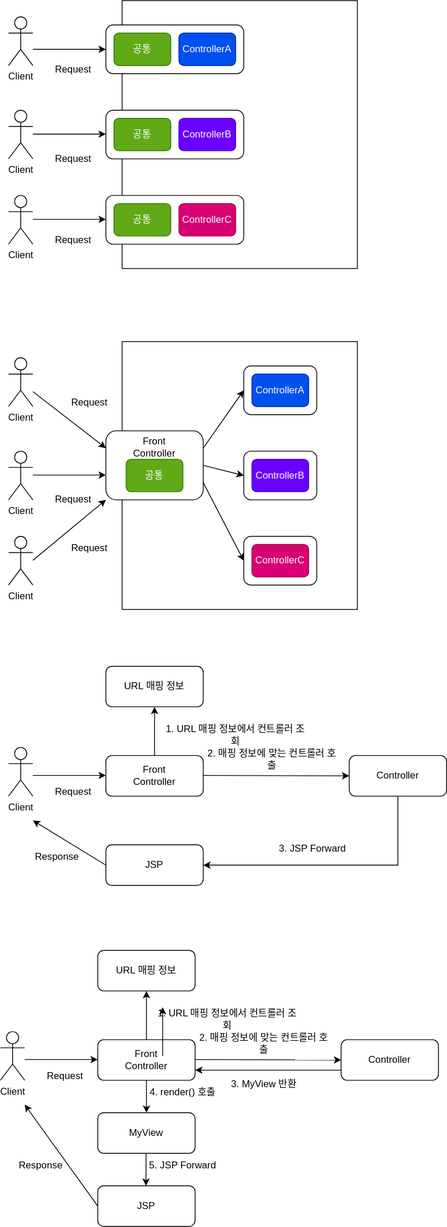
roy-zz/mvc keeps this draw.io diagram as document/myframework/front_controller.svg. Above is the earlier version. Source tidied: cells renumbered, new cells last; positions are measured from the earlier drawing's top-left corner, leaving out a move shared by most shapes.
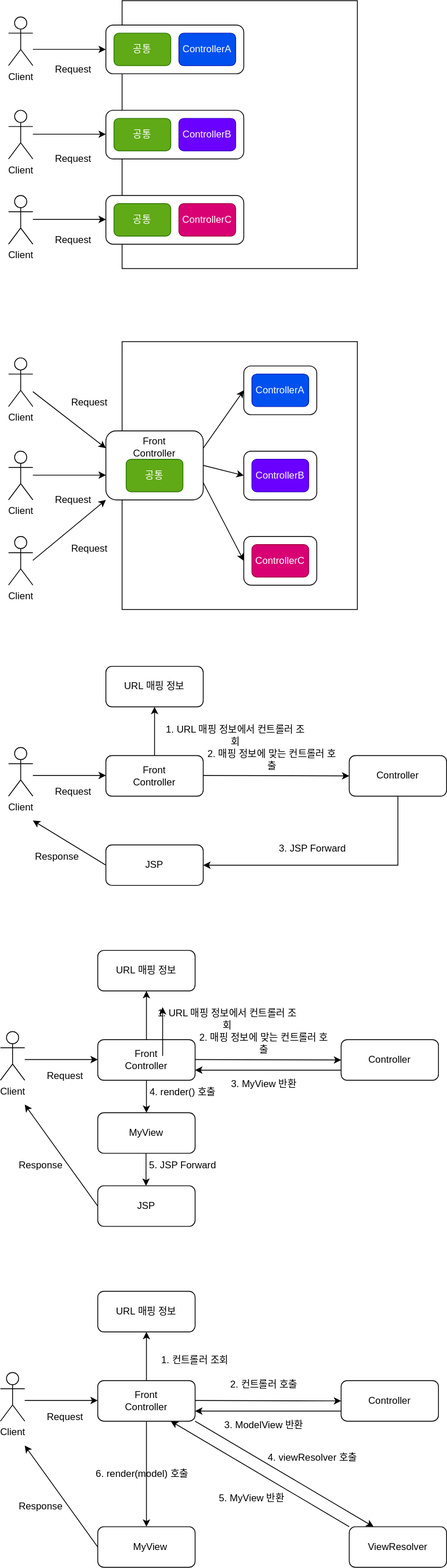
Above is the later version.

Commit message:
Front Controller Version 3 추가

What changed in the source:
```diff
@@ -299,5 +299,95 @@
     <mxCell id="87" value="5. JSP Forward" style="text;html=1;strokeColor=none;fillColor=none;align=center;verticalAlign=middle;whiteSpace=wrap;rounded=0;" parent="1" vertex="1">
       <mxGeometry x="140" y="1420" width="170" height="30" as="geometry" />
     </mxCell>
+    <mxCell id="88" value="Client" style="shape=umlActor;verticalLabelPosition=bottom;verticalAlign=top;html=1;" parent="1" vertex="1">
+      <mxGeometry y="1690" width="30" height="60" as="geometry" />
+    </mxCell>
+    <mxCell id="89" style="rounded=1;whiteSpace=wrap;html=1;" parent="1" vertex="1">
+      <mxGeometry x="120" y="1700" width="120" height="50" as="geometry" />
+    </mxCell>
+    <mxCell id="90" value="Front&lt;br&gt;Controller" style="text;html=1;strokeColor=none;fillColor=none;align=center;verticalAlign=middle;whiteSpace=wrap;rounded=0;" parent="1" vertex="1">
+      <mxGeometry x="150" y="1710" width="60" height="30" as="geometry" />
+    </mxCell>
+    <mxCell id="91" style="endArrow=classic;html=1;rounded=0;entryX=0;entryY=0.5;entryDx=0;entryDy=0;" parent="1" edge="1">
+      <mxGeometry relative="1" as="geometry">
+        <mxPoint x="30" y="1724.5" as="sourcePoint" />
+        <mxPoint x="120" y="1724.5" as="targetPoint" />
+      </mxGeometry>
+    </mxCell>
+    <mxCell id="92" value="Request" style="text;html=1;strokeColor=none;fillColor=none;align=center;verticalAlign=middle;whiteSpace=wrap;rounded=0;" parent="1" vertex="1">
+      <mxGeometry x="50" y="1730" width="60" height="30" as="geometry" />
+    </mxCell>
+    <mxCell id="93" style="endArrow=classic;html=1;rounded=0;exitX=0.5;exitY=0;exitDx=0;exitDy=0;entryX=0.5;entryY=1;entryDx=0;entryDy=0;" parent="1" edge="1" source="89" target="94">
+      <mxGeometry relative="1" as="geometry" />
+    </mxCell>
+    <mxCell id="94" style="rounded=1;whiteSpace=wrap;html=1;" parent="1" vertex="1">
+      <mxGeometry x="120" y="1590" width="120" height="50" as="geometry" />
+    </mxCell>
+    <mxCell id="95" value="URL 매핑 정보" style="text;html=1;strokeColor=none;fillColor=none;align=center;verticalAlign=middle;whiteSpace=wrap;rounded=0;" parent="1" vertex="1">
+      <mxGeometry x="120" y="1600" width="120" height="30" as="geometry" />
+    </mxCell>
+    <mxCell id="96" value="1. 컨트롤러 조회" style="text;html=1;strokeColor=none;fillColor=none;align=center;verticalAlign=middle;whiteSpace=wrap;rounded=0;" parent="1" vertex="1">
+      <mxGeometry x="190" y="1660" width="100" height="30" as="geometry" />
+    </mxCell>
+    <mxCell id="97" style="endArrow=classic;html=1;rounded=0;" parent="1" edge="1">
+      <mxGeometry relative="1" as="geometry">
+        <mxPoint x="240" y="1724.5" as="sourcePoint" />
+        <mxPoint x="420" y="1725" as="targetPoint" />
+      </mxGeometry>
+    </mxCell>
+    <mxCell id="98" style="rounded=1;whiteSpace=wrap;html=1;" parent="1" vertex="1">
+      <mxGeometry x="420" y="1700" width="120" height="50" as="geometry" />
+    </mxCell>
+    <mxCell id="99" value="2. 컨트롤러 호출" style="text;html=1;strokeColor=none;fillColor=none;align=center;verticalAlign=middle;whiteSpace=wrap;rounded=0;" parent="1" vertex="1">
+      <mxGeometry x="240" y="1690" width="170" height="30" as="geometry" />
+    </mxCell>
+    <mxCell id="100" value="Controller" style="text;html=1;strokeColor=none;fillColor=none;align=center;verticalAlign=middle;whiteSpace=wrap;rounded=0;" parent="1" vertex="1">
+      <mxGeometry x="450" y="1710" width="60" height="30" as="geometry" />
+    </mxCell>
+    <mxCell id="101" style="endArrow=classic;html=1;rounded=0;exitX=0;exitY=0.5;exitDx=0;exitDy=0;" parent="1" edge="1">
+      <mxGeometry relative="1" as="geometry">
+        <mxPoint x="120" y="1905" as="sourcePoint" />
+        <mxPoint x="30" y="1780" as="targetPoint" />
+      </mxGeometry>
+    </mxCell>
+    <mxCell id="102" value="Response" style="text;html=1;strokeColor=none;fillColor=none;align=center;verticalAlign=middle;whiteSpace=wrap;rounded=0;" parent="1" vertex="1">
+      <mxGeometry x="20" y="1840" width="60" height="30" as="geometry" />
+    </mxCell>
+    <mxCell id="103" style="endArrow=classic;html=1;rounded=0;exitX=0;exitY=0.75;exitDx=0;exitDy=0;entryX=1;entryY=0.75;entryDx=0;entryDy=0;" parent="1" edge="1" source="98" target="89">
+      <mxGeometry relative="1" as="geometry" />
+    </mxCell>
+    <mxCell id="104" value="3. ModelView 반환" style="text;html=1;strokeColor=none;fillColor=none;align=center;verticalAlign=middle;whiteSpace=wrap;rounded=0;" parent="1" vertex="1">
+      <mxGeometry x="240" y="1740" width="170" height="30" as="geometry" />
+    </mxCell>
+    <mxCell id="105" style="rounded=1;whiteSpace=wrap;html=1;" parent="1" vertex="1">
+      <mxGeometry x="120" y="1880" width="120" height="50" as="geometry" />
+    </mxCell>
+    <mxCell id="106" value="MyView" style="text;html=1;strokeColor=none;fillColor=none;align=center;verticalAlign=middle;whiteSpace=wrap;rounded=0;" parent="1" vertex="1">
+      <mxGeometry x="155" y="1890" width="60" height="30" as="geometry" />
+    </mxCell>
+    <mxCell id="107" style="endArrow=classic;html=1;rounded=0;exitX=0.5;exitY=1;exitDx=0;exitDy=0;entryX=0.5;entryY=0;entryDx=0;entryDy=0;" parent="1" edge="1" source="89" target="105">
+      <mxGeometry relative="1" as="geometry" />
+    </mxCell>
+    <mxCell id="108" value="4. viewResolver 호출" style="text;html=1;strokeColor=none;fillColor=none;align=center;verticalAlign=middle;whiteSpace=wrap;rounded=0;" parent="1" vertex="1">
+      <mxGeometry x="300" y="1780" width="170" height="30" as="geometry" />
+    </mxCell>
+    <mxCell id="109" value="6. render(model) 호출" style="text;html=1;strokeColor=none;fillColor=none;align=center;verticalAlign=middle;whiteSpace=wrap;rounded=0;" parent="1" vertex="1">
+      <mxGeometry x="90" y="1800" width="170" height="30" as="geometry" />
+    </mxCell>
+    <mxCell id="110" style="rounded=1;whiteSpace=wrap;html=1;" parent="1" vertex="1">
+      <mxGeometry x="430" y="1880" width="120" height="50" as="geometry" />
+    </mxCell>
+    <mxCell id="111" value="ViewResolver" style="text;html=1;strokeColor=none;fillColor=none;align=center;verticalAlign=middle;whiteSpace=wrap;rounded=0;" parent="1" vertex="1">
+      <mxGeometry x="460" y="1890" width="60" height="30" as="geometry" />
+    </mxCell>
+    <mxCell id="112" style="endArrow=classic;html=1;rounded=0;exitX=1;exitY=1;exitDx=0;exitDy=0;entryX=0.25;entryY=0;entryDx=0;entryDy=0;" parent="1" edge="1" source="89" target="110">
+      <mxGeometry relative="1" as="geometry" />
+    </mxCell>
+    <mxCell id="113" value="5. MyView 반환" style="text;html=1;strokeColor=none;fillColor=none;align=center;verticalAlign=middle;whiteSpace=wrap;rounded=0;" parent="1" vertex="1">
+      <mxGeometry x="225" y="1830" width="170" height="30" as="geometry" />
+    </mxCell>
+    <mxCell id="114" style="endArrow=classic;html=1;rounded=0;exitX=0;exitY=0;exitDx=0;exitDy=0;entryX=0.75;entryY=1;entryDx=0;entryDy=0;" parent="1" edge="1" source="110" target="89">
+      <mxGeometry relative="1" as="geometry" />
+    </mxCell>
   </root>
 </mxGraphModel>
```
